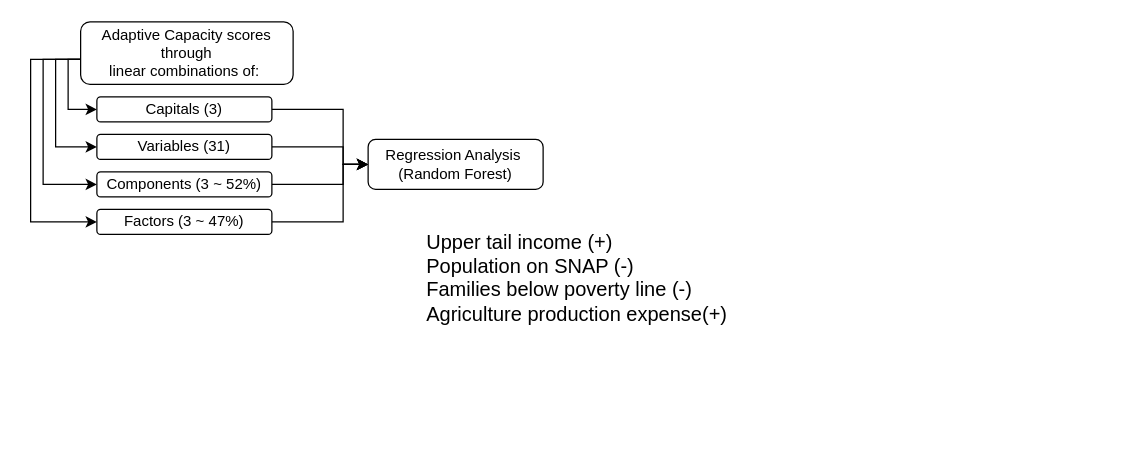
Above: MethodsSummer23.drawio in dealchre/gradDrawio (draw.io), before the change. Source tidied: cells renumbered, new cells numbered last; positions are measured from the earlier drawing's top-left corner, leaving out a move shared by most shapes. Both pictures are drawn from the tidied source at 125%, with x=0, y=0 at pixel (30, 21).
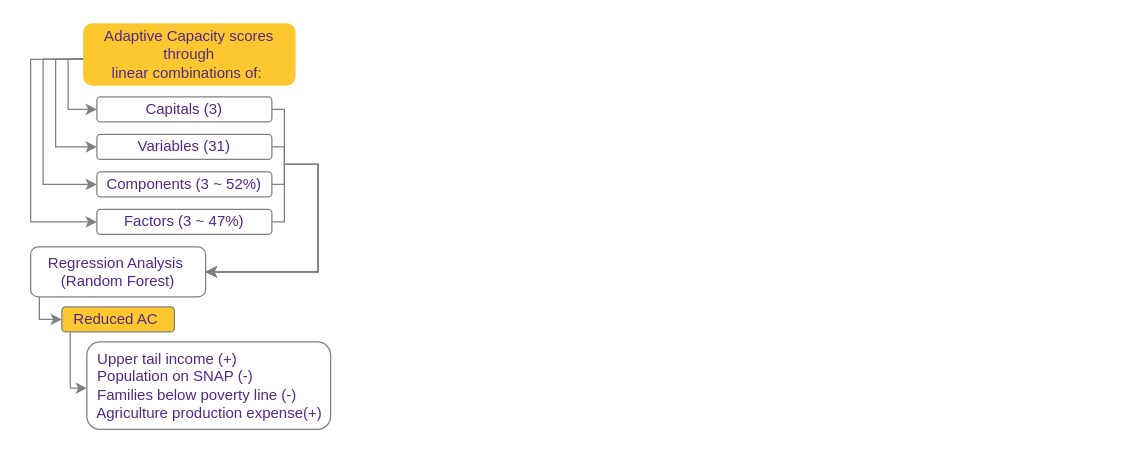
Above is the later version.

The edit, as a diff of the source:
```diff
@@
-    <mxCell id="2" style="edgeStyle=orthogonalEdgeStyle;rounded=0;jettySize=auto;html=1;exitX=0;exitY=0.75;exitDx=0;exitDy=0;entryX=0;entryY=0.5;entryDx=0;entryDy=0;" parent="1" edge="1" source="6" target="8">
+    <mxCell id="2" style="edgeStyle=orthogonalEdgeStyle;rounded=0;jettySize=auto;html=1;exitX=0.002;exitY=0.576;exitDx=0;exitDy=0;entryX=0;entryY=0.5;entryDx=0;entryDy=0;strokeColor=#808080;exitPerimeter=0;" parent="1" edge="1" source="6" target="8">
       <mxGeometry relative="1" as="geometry">
         <Array as="points">
           <mxPoint x="40" y="30" />
           <mxPoint x="30" y="30" />
           <mxPoint x="30" y="70" />
         </Array>
       </mxGeometry>
     </mxCell>
-    <mxCell id="3" style="edgeStyle=orthogonalEdgeStyle;rounded=0;jettySize=auto;html=1;exitX=0;exitY=0.75;exitDx=0;exitDy=0;entryX=0;entryY=0.5;entryDx=0;entryDy=0;" parent="1" edge="1" source="6" target="10">
+    <mxCell id="3" style="edgeStyle=orthogonalEdgeStyle;rounded=0;jettySize=auto;html=1;exitX=0.006;exitY=0.575;exitDx=0;exitDy=0;entryX=0;entryY=0.5;entryDx=0;entryDy=0;strokeColor=#808080;exitPerimeter=0;" parent="1" edge="1" source="6" target="10">
       <mxGeometry relative="1" as="geometry">
         <Array as="points">
-          <mxPoint x="40" y="30" />
+          <mxPoint x="41" y="30" />
           <mxPoint x="20" y="30" />
           <mxPoint x="20" y="100" />
         </Array>
       </mxGeometry>
     </mxCell>
-    <mxCell id="4" style="edgeStyle=orthogonalEdgeStyle;rounded=0;jettySize=auto;html=1;exitX=0;exitY=0.5;exitDx=0;exitDy=0;entryX=0;entryY=0.5;entryDx=0;entryDy=0;" parent="1" edge="1" source="6" target="12">
+    <mxCell id="4" style="edgeStyle=orthogonalEdgeStyle;rounded=0;jettySize=auto;html=1;exitX=0.001;exitY=0.576;exitDx=0;exitDy=0;entryX=0;entryY=0.5;entryDx=0;entryDy=0;strokeColor=#808080;exitPerimeter=0;" parent="1" edge="1" source="6" target="12">
       <mxGeometry relative="1" as="geometry">
         <Array as="points">
           <mxPoint x="10" y="30" />
           <mxPoint x="10" y="130" />
         </Array>
       </mxGeometry>
     </mxCell>
-    <mxCell id="5" style="edgeStyle=orthogonalEdgeStyle;rounded=0;jettySize=auto;html=1;exitX=0;exitY=0.5;exitDx=0;exitDy=0;entryX=0;entryY=0.5;entryDx=0;entryDy=0;" parent="1" edge="1" source="6" target="14">
+    <mxCell id="5" style="edgeStyle=orthogonalEdgeStyle;rounded=0;jettySize=auto;html=1;exitX=-0.001;exitY=0.577;exitDx=0;exitDy=0;entryX=0;entryY=0.5;entryDx=0;entryDy=0;strokeColor=#808080;exitPerimeter=0;" parent="1" edge="1" source="6" target="14">
       <mxGeometry relative="1" as="geometry">
         <Array as="points">
           <mxPoint y="30" />
           <mxPoint y="160" />
         </Array>
       </mxGeometry>
     </mxCell>
-    <mxCell id="6" value="Adaptive Capacity scores through&lt;br&gt;linear combinations of:&amp;nbsp;" style="rounded=1;whiteSpace=wrap;html=1;" parent="1" vertex="1">
-      <mxGeometry x="40" width="170" height="50" as="geometry" />
+    <mxCell id="6" value="Adaptive Capacity scores through&lt;br&gt;linear combinations of:&amp;nbsp;" style="rounded=1;whiteSpace=wrap;html=1;fontColor=#512888;fillColor=#FDC82F;strokeColor=none;" parent="1" vertex="1">
+      <mxGeometry x="42" y="1" width="170" height="50" as="geometry" />
     </mxCell>
-    <mxCell id="7" style="edgeStyle=orthogonalEdgeStyle;rounded=0;jettySize=auto;html=1;exitX=1;exitY=0.5;exitDx=0;exitDy=0;entryX=0;entryY=0.5;entryDx=0;entryDy=0;" parent="1" edge="1" source="8" target="15">
+    <mxCell id="7" style="edgeStyle=orthogonalEdgeStyle;rounded=0;jettySize=auto;html=1;exitX=1;exitY=0.5;exitDx=0;exitDy=0;entryX=1;entryY=0.5;entryDx=0;entryDy=0;strokeColor=#808080;" parent="1" edge="1" target="15">
       <mxGeometry relative="1" as="geometry">
+        <mxPoint x="146" y="70" as="sourcePoint" />
         <Array as="points">
-          <mxPoint x="250" y="70" />
-          <mxPoint x="250" y="114" />
+          <mxPoint x="203" y="70" />
+          <mxPoint x="203" y="114" />
+          <mxPoint x="230" y="114" />
+          <mxPoint x="230" y="200" />
         </Array>
       </mxGeometry>
     </mxCell>
-    <mxCell id="8" value="Capitals (3)" style="rounded=1;whiteSpace=wrap;html=1;" parent="1" vertex="1">
+    <mxCell id="8" value="Capitals (3)" style="rounded=1;whiteSpace=wrap;html=1;fontColor=#512888;strokeColor=#808080;" parent="1" vertex="1">
       <mxGeometry x="53" y="60" width="140" height="20" as="geometry" />
     </mxCell>
-    <mxCell id="9" style="edgeStyle=orthogonalEdgeStyle;rounded=0;jettySize=auto;html=1;exitX=1;exitY=0.5;exitDx=0;exitDy=0;entryX=0;entryY=0.5;entryDx=0;entryDy=0;" parent="1" edge="1" source="10" target="15">
+    <mxCell id="9" style="edgeStyle=orthogonalEdgeStyle;rounded=0;jettySize=auto;html=1;exitX=1;exitY=0.5;exitDx=0;exitDy=0;entryX=1;entryY=0.5;entryDx=0;entryDy=0;strokeColor=#808080;" parent="1" edge="1" target="15">
       <mxGeometry relative="1" as="geometry">
+        <mxPoint x="146" y="100" as="sourcePoint" />
         <Array as="points">
-          <mxPoint x="250" y="100" />
-          <mxPoint x="250" y="114" />
+          <mxPoint x="203" y="100" />
+          <mxPoint x="203" y="114" />
+          <mxPoint x="230" y="114" />
+          <mxPoint x="230" y="200" />
         </Array>
       </mxGeometry>
     </mxCell>
-    <mxCell id="10" value="Variables (31)" style="rounded=1;whiteSpace=wrap;html=1;" parent="1" vertex="1">
+    <mxCell id="10" value="Variables (31)" style="rounded=1;whiteSpace=wrap;html=1;fontColor=#512888;strokeColor=#808080;" parent="1" vertex="1">
       <mxGeometry x="53" y="90" width="140" height="20" as="geometry" />
     </mxCell>
-    <mxCell id="11" style="edgeStyle=orthogonalEdgeStyle;rounded=0;jettySize=auto;html=1;exitX=1;exitY=0.5;exitDx=0;exitDy=0;entryX=0;entryY=0.5;entryDx=0;entryDy=0;" parent="1" edge="1" source="12" target="15">
+    <mxCell id="11" style="edgeStyle=orthogonalEdgeStyle;rounded=0;jettySize=auto;html=1;exitX=1;exitY=0.5;exitDx=0;exitDy=0;entryX=1;entryY=0.5;entryDx=0;entryDy=0;strokeColor=#808080;" parent="1" edge="1" target="15">
       <mxGeometry relative="1" as="geometry">
+        <mxPoint x="146" y="130" as="sourcePoint" />
         <Array as="points">
-          <mxPoint x="250" y="130" />
-          <mxPoint x="250" y="114" />
+          <mxPoint x="203" y="130" />
+          <mxPoint x="203" y="114" />
+          <mxPoint x="230" y="114" />
+          <mxPoint x="230" y="200" />
         </Array>
       </mxGeometry>
     </mxCell>
-    <mxCell id="12" value="Components (3 ~ 52%)" style="rounded=1;whiteSpace=wrap;html=1;" parent="1" vertex="1">
+    <mxCell id="12" value="Components (3 ~ 52%)" style="rounded=1;whiteSpace=wrap;html=1;fontColor=#512888;strokeColor=#808080;" parent="1" vertex="1">
       <mxGeometry x="53" y="120" width="140" height="20" as="geometry" />
     </mxCell>
-    <mxCell id="13" style="edgeStyle=orthogonalEdgeStyle;rounded=0;jettySize=auto;html=1;exitX=1;exitY=0.5;exitDx=0;exitDy=0;entryX=0;entryY=0.5;entryDx=0;entryDy=0;" parent="1" edge="1" source="14" target="15">
+    <mxCell id="13" style="edgeStyle=orthogonalEdgeStyle;rounded=0;jettySize=auto;html=1;exitX=1;exitY=0.5;exitDx=0;exitDy=0;entryX=1;entryY=0.5;entryDx=0;entryDy=0;strokeColor=#808080;" parent="1" edge="1" target="15">
       <mxGeometry relative="1" as="geometry">
+        <mxPoint x="146" y="160" as="sourcePoint" />
         <Array as="points">
-          <mxPoint x="250" y="160" />
-          <mxPoint x="250" y="114" />
+          <mxPoint x="203" y="160" />
+          <mxPoint x="203" y="114" />
+          <mxPoint x="230" y="114" />
+          <mxPoint x="230" y="200" />
         </Array>
       </mxGeometry>
     </mxCell>
-    <mxCell id="14" value="Factors (3 ~ 47%)" style="rounded=1;whiteSpace=wrap;html=1;" parent="1" vertex="1">
+    <mxCell id="14" value="Factors (3 ~ 47%)" style="rounded=1;whiteSpace=wrap;html=1;fontColor=#512888;strokeColor=#808080;" parent="1" vertex="1">
       <mxGeometry x="53" y="150" width="140" height="20" as="geometry" />
     </mxCell>
+    <mxCell id="17" style="edgeStyle=orthogonalEdgeStyle;rounded=0;jettySize=auto;html=1;exitX=0.038;exitY=0.981;exitDx=0;exitDy=0;entryX=0;entryY=0.5;entryDx=0;entryDy=0;exitPerimeter=0;strokeColor=#808080;" parent="1" edge="1" source="15" target="19">
+      <mxGeometry relative="1" as="geometry">
+        <Array as="points">
+          <mxPoint x="7" y="219" />
+          <mxPoint x="7" y="238" />
+        </Array>
+      </mxGeometry>
+    </mxCell>
-    <mxCell id="15" value="Regression Analysis&amp;nbsp;&lt;br&gt;(Random Forest)" style="rounded=1;whiteSpace=wrap;html=1;" parent="1" vertex="1">
-      <mxGeometry x="270" y="94" width="140" height="40" as="geometry" />
+    <mxCell id="15" value="Regression Analysis&amp;nbsp;&lt;br&gt;(Random Forest)" style="rounded=1;whiteSpace=wrap;html=1;fontColor=#512888;strokeColor=#808080;" parent="1" vertex="1">
+      <mxGeometry y="180" width="140" height="40" as="geometry" />
     </mxCell>
-    <mxCell id="16" value="&lt;p style=&quot;margin:0in;font-family:Calibri;font-size:12.0pt&quot;&gt;Upper tail income (+)&amp;nbsp;&lt;/p&gt;&lt;p style=&quot;margin:0in;font-family:Calibri;font-size:12.0pt&quot;&gt;Population on SNAP (-)&amp;nbsp;&lt;/p&gt;&lt;p style=&quot;margin:0in;font-family:Calibri;font-size:12.0pt&quot;&gt;Families below poverty line (-)&lt;/p&gt;&lt;p style=&quot;margin:0in;font-family:Calibri;font-size:12.0pt&quot;&gt;Agriculture production expense(+)&lt;/p&gt;" style="text;whiteSpace=wrap;html=1;" parent="1" vertex="1">
-      <mxGeometry x="315" y="160" width="560" height="60" as="geometry" />
+    <mxCell id="16" value="&lt;p style=&quot;margin: 0in;&quot;&gt;&lt;font style=&quot;font-size: 12px;&quot;&gt;&amp;nbsp; Upper tail income (+)&amp;nbsp;&lt;/font&gt;&lt;/p&gt;&lt;p style=&quot;margin: 0in;&quot;&gt;&lt;font style=&quot;font-size: 12px;&quot;&gt;&amp;nbsp; Population on SNAP (-)&amp;nbsp;&lt;/font&gt;&lt;/p&gt;&lt;p style=&quot;margin: 0in;&quot;&gt;&lt;font style=&quot;font-size: 12px;&quot;&gt;&amp;nbsp; Families below poverty line (-)&lt;/font&gt;&lt;/p&gt;&lt;p style=&quot;margin: 0in;&quot;&gt;&lt;font style=&quot;font-size: 12px;&quot;&gt;&amp;nbsp; Agriculture production expense(+)&lt;/font&gt;&lt;/p&gt;" style="text;whiteSpace=wrap;html=1;align=left;verticalAlign=middle;fillColor=default;strokeColor=#808080;rounded=1;fontColor=#512888;" parent="1" vertex="1">
+      <mxGeometry x="45" y="256" width="195" height="70" as="geometry" />
     </mxCell>
+    <mxCell id="18" style="edgeStyle=orthogonalEdgeStyle;rounded=0;jettySize=auto;html=1;exitX=0.074;exitY=0.975;exitDx=0;exitDy=0;exitPerimeter=0;strokeColor=#808080;" parent="1" edge="1" source="19" target="16">
+      <mxGeometry relative="1" as="geometry">
+        <Array as="points">
+          <mxPoint x="32" y="293" />
+        </Array>
+      </mxGeometry>
+    </mxCell>
+    <mxCell id="19" value="Reduced AC&amp;nbsp;" style="rounded=1;whiteSpace=wrap;html=1;fontColor=#512888;fillColor=#FDC82F;strokeColor=#808080;" parent="1" vertex="1">
+      <mxGeometry x="25" y="228" width="90" height="20" as="geometry" />
+    </mxCell>
```
